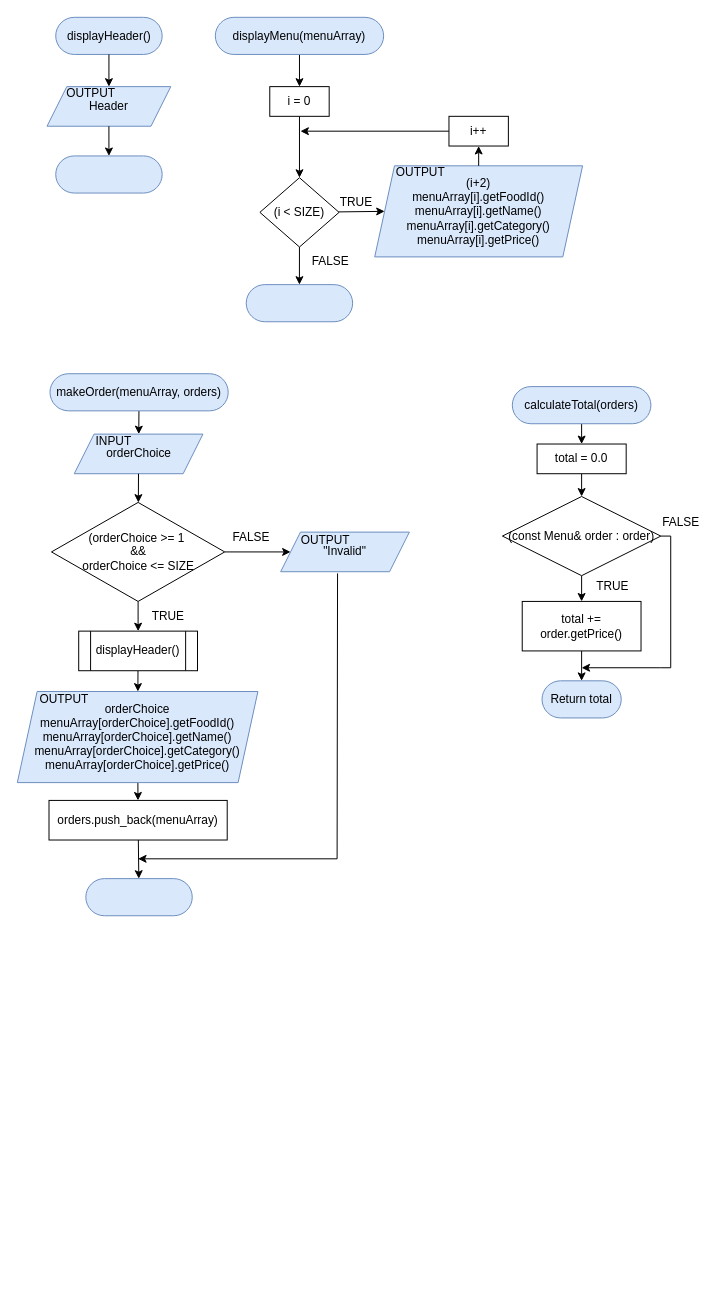
Earlier version of the draw.io diagram page "OTHER FUNCTION" (5 of 5) of Submission/sec02/Tupperware/classDiagram.drawio (jjn7702/SECJ2013-DSA). Source tidied: cells renumbered, new cells numbered last; positions are measured from the earlier drawing's top-left corner, leaving out a move shared by most shapes. Both pictures are drawn from the tidied source at 99%, with x=0, y=0 at pixel (17, 17).
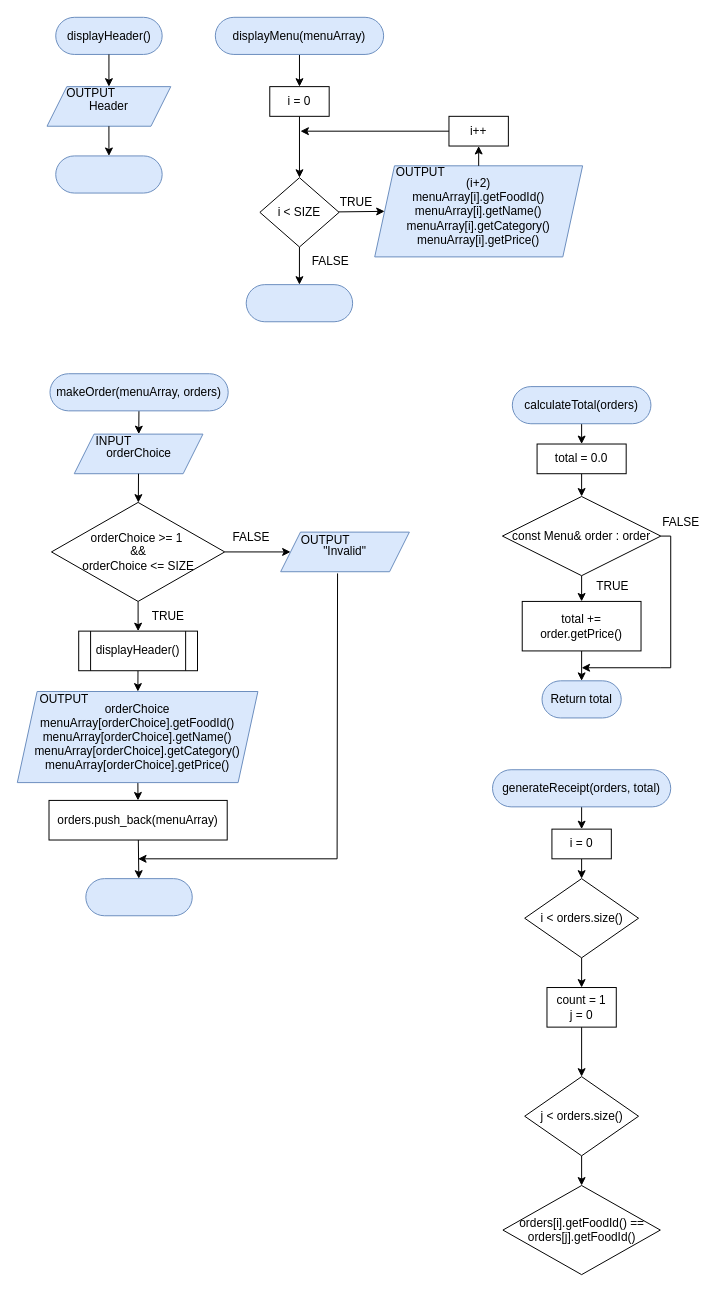
Above is the later version.

The edit, as a diff of the source:
```diff
@@
-    <mxCell id="13" value="(i &amp;lt; SIZE)" style="rhombus;whiteSpace=wrap;html=1;" parent="1" vertex="1">
+    <mxCell id="13" value="i &amp;lt; SIZE" style="rhombus;whiteSpace=wrap;html=1;" parent="1" vertex="1">
       <mxGeometry x="245" y="162" width="80" height="70" as="geometry" />
     </mxCell>
@@
-    <mxCell id="30" value="(orderChoice &amp;gt;= 1&amp;nbsp;&lt;br&gt;&amp;amp;&amp;amp;&lt;br&gt;orderChoice &amp;lt;= SIZE" style="rhombus;whiteSpace=wrap;html=1;" parent="1" vertex="1">
+    <mxCell id="30" value="orderChoice &amp;gt;= 1&amp;nbsp;&lt;br&gt;&amp;amp;&amp;amp;&lt;br&gt;orderChoice &amp;lt;= SIZE" style="rhombus;whiteSpace=wrap;html=1;" parent="1" vertex="1">
       <mxGeometry x="34.5" y="490" width="175" height="100" as="geometry" />
     </mxCell>
@@
-    <mxCell id="54" value="(const Menu&amp;amp; order : order)" style="rhombus;whiteSpace=wrap;html=1;" parent="1" vertex="1">
+    <mxCell id="54" value="const Menu&amp;amp; order : order" style="rhombus;whiteSpace=wrap;html=1;" parent="1" vertex="1">
       <mxGeometry x="490" y="484" width="160" height="80" as="geometry" />
     </mxCell>
@@
+    <mxCell id="60" style="edgeStyle=none;rounded=0;html=1;" parent="1" edge="1" source="61" target="65">
+      <mxGeometry relative="1" as="geometry" />
+    </mxCell>
+    <mxCell id="61" value="generateReceipt(orders, total)" style="rounded=1;whiteSpace=wrap;html=1;glass=0;labelBackgroundColor=none;fillColor=#dae8fc;arcSize=50;strokeColor=#6c8ebf;" parent="1" vertex="1">
+      <mxGeometry x="480" y="760" width="180" height="37.5" as="geometry" />
+    </mxCell>
+    <mxCell id="62" style="edgeStyle=none;rounded=0;html=1;" parent="1" edge="1" source="63" target="69">
+      <mxGeometry relative="1" as="geometry" />
+    </mxCell>
+    <mxCell id="63" value="i &amp;lt; orders.size()" style="rhombus;whiteSpace=wrap;html=1;" parent="1" vertex="1">
+      <mxGeometry x="512.5" y="870" width="115" height="80" as="geometry" />
+    </mxCell>
+    <mxCell id="64" style="edgeStyle=none;rounded=0;html=1;" parent="1" edge="1" source="65" target="63">
+      <mxGeometry relative="1" as="geometry" />
+    </mxCell>
+    <mxCell id="65" value="i = 0" style="whiteSpace=wrap;html=1;" parent="1" vertex="1">
+      <mxGeometry x="540" y="820" width="60" height="30" as="geometry" />
+    </mxCell>
+    <mxCell id="66" style="edgeStyle=none;rounded=0;html=1;" parent="1" edge="1" source="67" target="70">
+      <mxGeometry relative="1" as="geometry" />
+    </mxCell>
+    <mxCell id="67" value="j &amp;lt; orders.size()" style="rhombus;whiteSpace=wrap;html=1;" parent="1" vertex="1">
+      <mxGeometry x="512.5" y="1070" width="115" height="80" as="geometry" />
+    </mxCell>
+    <mxCell id="68" style="edgeStyle=none;rounded=0;html=1;" parent="1" edge="1" source="69" target="67">
+      <mxGeometry relative="1" as="geometry" />
+    </mxCell>
+    <mxCell id="69" value="count = 1&lt;br&gt;j = 0" style="whiteSpace=wrap;html=1;" parent="1" vertex="1">
+      <mxGeometry x="535" y="980" width="70" height="40" as="geometry" />
+    </mxCell>
+    <mxCell id="70" value="orders[i].getFoodId() == orders[j].getFoodId()" style="rhombus;whiteSpace=wrap;html=1;" parent="1" vertex="1">
+      <mxGeometry x="490.5" y="1180" width="159" height="90" as="geometry" />
+    </mxCell>
```
